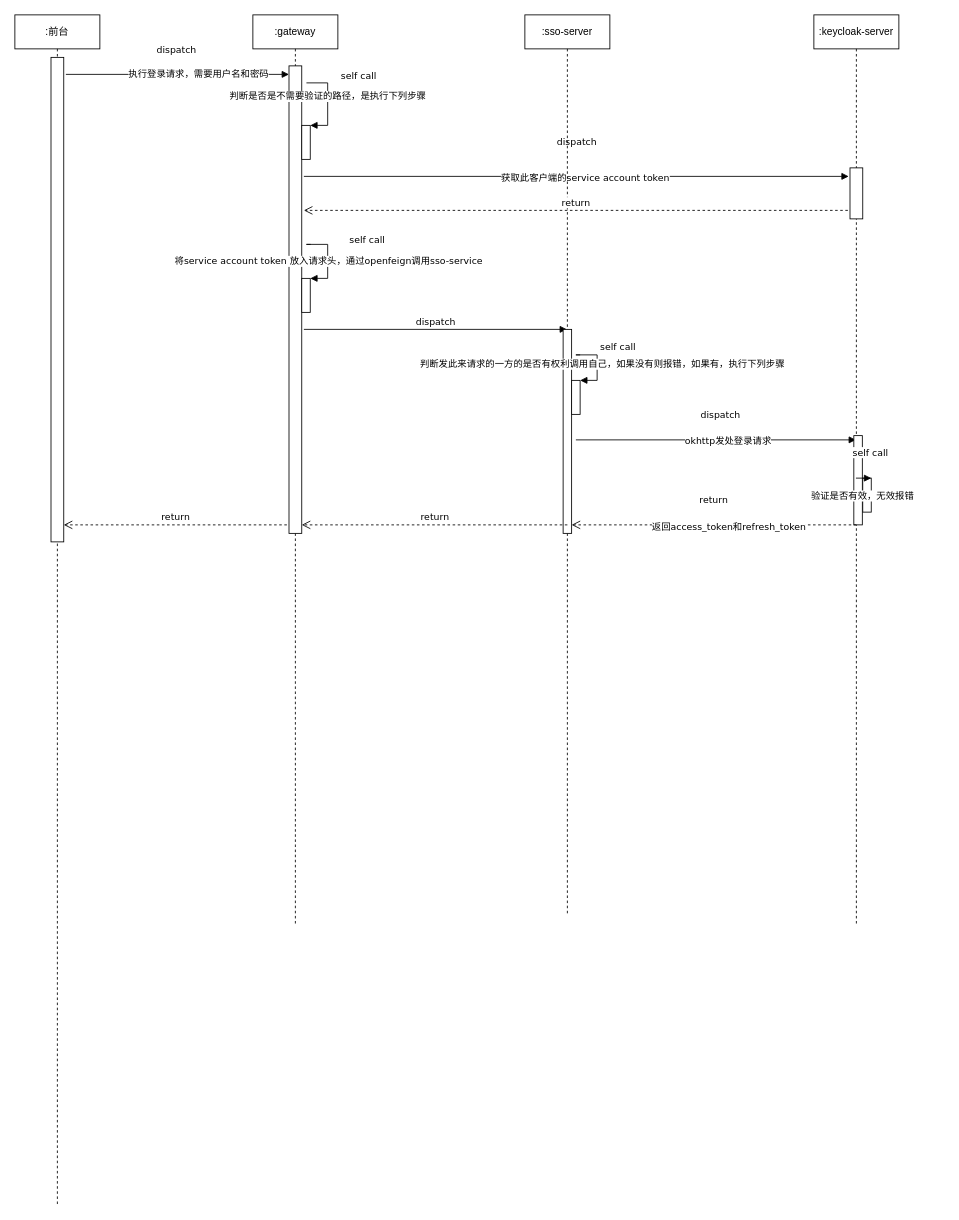
The draw.io diagram auth-micro/1. 登录和登出接口.drawio in wanlinMa-163/uml, before the edit. Source tidied: cells renumbered, new cells numbered last; positions are measured from the earlier drawing's top-left corner, leaving out a move shared by most shapes. Both pictures are drawn from the tidied source at 85%, with x=0, y=0 at pixel (14, 14).
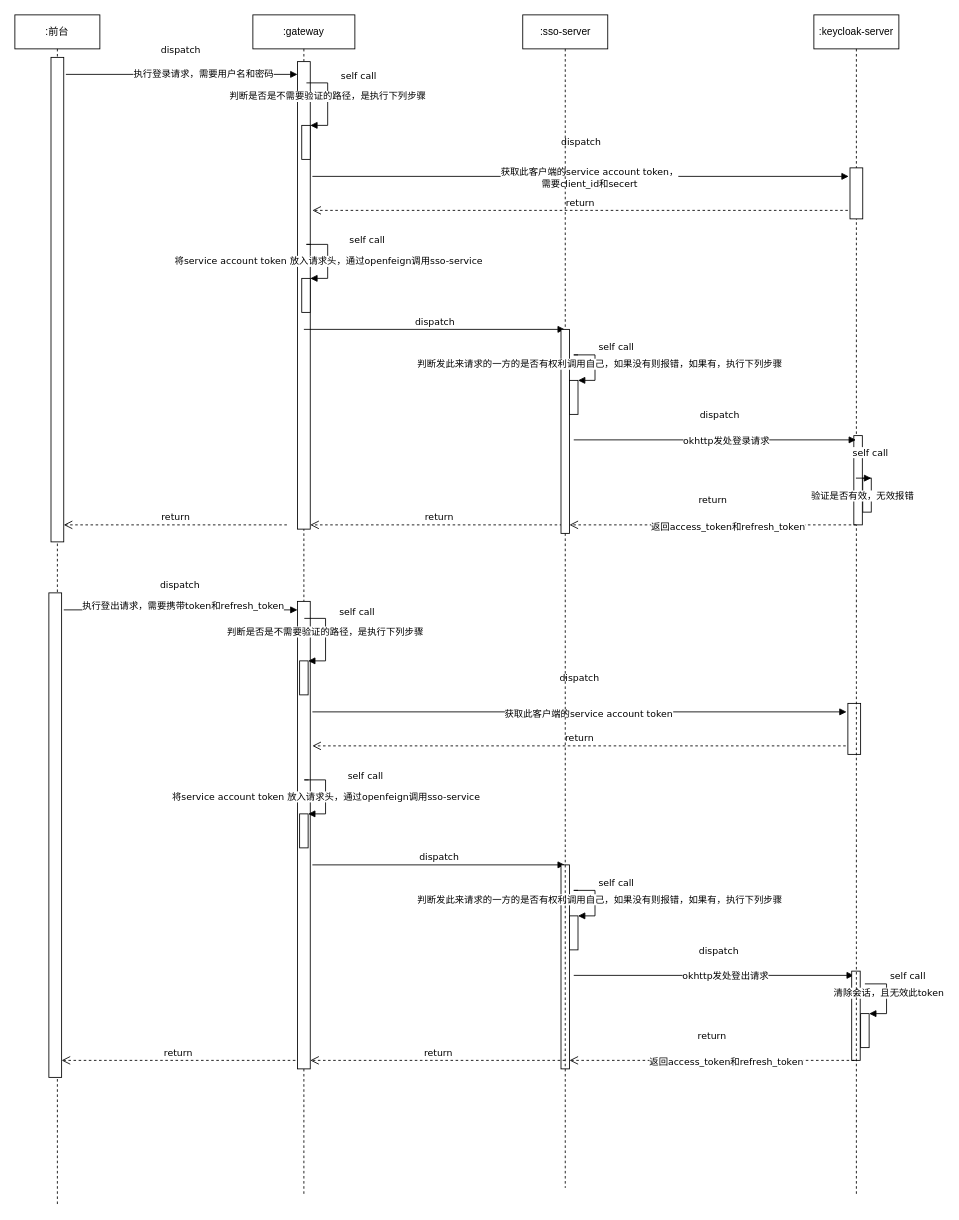
The same diagram, later.

Commit message (it also covers changes not shown here):
Update 1. 登录和登出接口.drawio

Change to the diagram source:
```diff
@@
     <mxCell id="6" value=":gateway" style="shape=umlLifeline;perimeter=lifelinePerimeter;whiteSpace=wrap;html=1;" parent="1" vertex="1">
-      <mxGeometry x="280" width="100" height="1070" as="geometry" />
+      <mxGeometry x="280" width="120" height="1390" as="geometry" />
     </mxCell>
     <mxCell id="7" style="html=1;points=[];perimeter=orthogonalPerimeter;" parent="6" vertex="1">
-      <mxGeometry x="42.5" y="60" width="15" height="550" as="geometry" />
+      <mxGeometry x="52.5" y="55" width="15" height="550" as="geometry" />
     </mxCell>
@@
     <mxCell id="11" value="dispatch" style="html=1;verticalAlign=bottom;endArrow=block;fontFamily=Verdana;" parent="6" edge="1">
       <mxGeometry y="31" relative="1" as="geometry">
-        <mxPoint x="60" y="190" as="sourcePoint" />
+        <mxPoint x="70" y="190" as="sourcePoint" />
         <mxPoint x="701" y="190" as="targetPoint" />
       </mxGeometry>
     </mxCell>
-    <mxCell id="12" value="获取此客户端的service account token" style="edgeLabel;html=1;align=center;verticalAlign=middle;fontFamily=Verdana;" parent="11" vertex="1">
+    <mxCell id="12" value="获取此客户端的service account token，&lt;br&gt;需要client_id和secert" style="edgeLabel;html=1;align=center;verticalAlign=middle;fontFamily=Verdana;" parent="11" vertex="1">
       <mxGeometry x="0.03" y="-1" relative="1" as="geometry" />
     </mxCell>
@@
-    <mxCell id="17" value=":sso-server" style="shape=umlLifeline;perimeter=lifelinePerimeter;whiteSpace=wrap;html=1;outlineConnect=0;" parent="1" vertex="1">
-      <mxGeometry x="600" width="100" height="1060" as="geometry" />
-    </mxCell>
-    <mxCell id="18" style="html=1;points=[];perimeter=orthogonalPerimeter;fontFamily=Verdana;" parent="17" vertex="1">
-      <mxGeometry x="45" y="370" width="10" height="240" as="geometry" />
-    </mxCell>
-    <mxCell id="19" style="html=1;points=[];perimeter=orthogonalPerimeter;fontFamily=Verdana;" parent="17" vertex="1">
-      <mxGeometry x="55" y="430" width="10" height="40" as="geometry" />
-    </mxCell>
-    <mxCell id="20" value="self call" style="edgeStyle=orthogonalEdgeStyle;html=1;align=left;spacingLeft=2;endArrow=block;rounded=0;entryX=1;entryY=0;fontFamily=Verdana;" parent="17" edge="1" target="19">
-      <mxGeometry x="-0.23" y="-10" relative="1" as="geometry">
-        <mxPoint x="65" y="400" as="sourcePoint" />
-        <Array as="points">
-          <mxPoint x="60" y="400" />
-          <mxPoint x="85" y="400" />
-          <mxPoint x="85" y="430" />
-        </Array>
-        <mxPoint x="10" y="-10" as="offset" />
-      </mxGeometry>
-    </mxCell>
-    <mxCell id="21" value="判断发此来请求的一方的是否有权利调用自己，如果没有则报错，如果有，执行下列步骤" style="edgeLabel;html=1;align=center;verticalAlign=middle;fontFamily=Verdana;" parent="20" vertex="1">
-      <mxGeometry x="-0.19" relative="1" as="geometry">
-        <mxPoint x="5" y="8.8" as="offset" />
-      </mxGeometry>
-    </mxCell>
-    <mxCell id="22" value="dispatch" style="html=1;verticalAlign=bottom;endArrow=block;fontFamily=Verdana;" parent="17" edge="1" target="24">
-      <mxGeometry x="0.03" y="20" relative="1" as="geometry">
-        <mxPoint x="60" y="500" as="sourcePoint" />
-      </mxGeometry>
-    </mxCell>
-    <mxCell id="23" value="okhttp发处登录请求" style="edgeLabel;html=1;align=center;verticalAlign=middle;fontFamily=Verdana;" parent="22" vertex="1">
-      <mxGeometry x="0.08" relative="1" as="geometry" />
-    </mxCell>
+    <mxCell id="35" value="dispatch" style="html=1;verticalAlign=bottom;endArrow=block;fontFamily=Verdana;" parent="6" edge="1" target="38">
+      <mxGeometry x="-0.01" y="20" relative="1" as="geometry">
+        <mxPoint x="-222.5" y="700" as="sourcePoint" />
+      </mxGeometry>
+    </mxCell>
+    <mxCell id="36" value="执行登出请求，需要携带token和refresh_token" style="edgeLabel;html=1;align=center;verticalAlign=middle;fontFamily=Verdana;" parent="35" vertex="1">
+      <mxGeometry x="0.18" y="1" relative="1" as="geometry">
+        <mxPoint x="-22.5" y="-4" as="offset" />
+      </mxGeometry>
+    </mxCell>
+    <mxCell id="37" style="html=1;points=[];perimeter=orthogonalPerimeter;" parent="6" vertex="1">
+      <mxGeometry x="-240" y="680" width="15" height="570" as="geometry" />
+    </mxCell>
+    <mxCell id="38" style="html=1;points=[];perimeter=orthogonalPerimeter;" parent="6" vertex="1">
+      <mxGeometry x="52.5" y="690" width="15" height="550" as="geometry" />
+    </mxCell>
+    <mxCell id="39" style="html=1;points=[];perimeter=orthogonalPerimeter;fontFamily=Verdana;" parent="6" vertex="1">
+      <mxGeometry x="55" y="760" width="10" height="40" as="geometry" />
+    </mxCell>
+    <mxCell id="40" value="self call" style="edgeStyle=orthogonalEdgeStyle;html=1;align=left;spacingLeft=2;endArrow=block;rounded=0;entryX=1;entryY=0;fontFamily=Verdana;" parent="6" edge="1" target="39">
+      <mxGeometry x="-0.23" y="23" relative="1" as="geometry">
+        <mxPoint x="60.5" y="710" as="sourcePoint" />
+        <Array as="points">
+          <mxPoint x="85.5" y="710" />
+        </Array>
+        <mxPoint x="-11" y="-20" as="offset" />
+      </mxGeometry>
+    </mxCell>
+    <mxCell id="41" value="判断是否是不需要验证的路径，是执行下列步骤" style="edgeLabel;html=1;align=center;verticalAlign=middle;fontFamily=Verdana;" parent="40" vertex="1">
+      <mxGeometry x="-0.16" y="-1" relative="1" as="geometry" />
+    </mxCell>
+    <mxCell id="42" value="dispatch" style="html=1;verticalAlign=bottom;endArrow=block;fontFamily=Verdana;" parent="6" edge="1">
+      <mxGeometry y="31" relative="1" as="geometry">
+        <mxPoint x="70" y="820" as="sourcePoint" />
+        <mxPoint x="698.5" y="820" as="targetPoint" />
+      </mxGeometry>
+    </mxCell>
+    <mxCell id="43" value="获取此客户端的service account token" style="edgeLabel;html=1;align=center;verticalAlign=middle;fontFamily=Verdana;" parent="42" vertex="1">
+      <mxGeometry x="0.03" y="-1" relative="1" as="geometry" />
+    </mxCell>
+    <mxCell id="44" style="html=1;points=[];perimeter=orthogonalPerimeter;fontFamily=Verdana;" parent="6" vertex="1">
+      <mxGeometry x="55" y="940" width="10" height="40" as="geometry" />
+    </mxCell>
+    <mxCell id="45" value="self call" style="edgeStyle=orthogonalEdgeStyle;html=1;align=left;spacingLeft=2;endArrow=block;rounded=0;entryX=1;entryY=0;fontFamily=Verdana;" parent="6" edge="1" target="44">
+      <mxGeometry x="-0.23" y="24" relative="1" as="geometry">
+        <mxPoint x="65.5" y="900" as="sourcePoint" />
+        <Array as="points">
+          <mxPoint x="60.5" y="900" />
+          <mxPoint x="85.5" y="900" />
+          <mxPoint x="85.5" y="950" />
+        </Array>
+        <mxPoint x="-2" y="-10" as="offset" />
+      </mxGeometry>
+    </mxCell>
+    <mxCell id="46" value="将service account token 放入请求头，通过openfeign调用sso-service" style="edgeLabel;html=1;align=center;verticalAlign=middle;fontFamily=Verdana;" parent="45" vertex="1">
+      <mxGeometry x="-0.18" relative="1" as="geometry">
+        <mxPoint y="12.8" as="offset" />
+      </mxGeometry>
+    </mxCell>
+    <mxCell id="47" value="dispatch" style="html=1;verticalAlign=bottom;endArrow=block;fontFamily=Verdana;" parent="6" edge="1">
+      <mxGeometry relative="1" as="geometry">
+        <mxPoint x="70" y="1000" as="sourcePoint" />
+        <mxPoint x="367" y="1000" as="targetPoint" />
+      </mxGeometry>
+    </mxCell>
+    <mxCell id="48" style="html=1;points=[];perimeter=orthogonalPerimeter;fontFamily=Verdana;" parent="6" vertex="1">
+      <mxGeometry x="362.5" y="1000" width="10" height="240" as="geometry" />
+    </mxCell>
+    <mxCell id="49" style="html=1;points=[];perimeter=orthogonalPerimeter;fontFamily=Verdana;" parent="6" vertex="1">
+      <mxGeometry x="372.5" y="1060" width="10" height="40" as="geometry" />
+    </mxCell>
+    <mxCell id="50" value="self call" style="edgeStyle=orthogonalEdgeStyle;html=1;align=left;spacingLeft=2;endArrow=block;rounded=0;entryX=1;entryY=0;fontFamily=Verdana;" parent="6" edge="1" target="49">
+      <mxGeometry x="-0.23" y="-10" relative="1" as="geometry">
+        <mxPoint x="382.5" y="1030" as="sourcePoint" />
+        <Array as="points">
+          <mxPoint x="377.5" y="1030" />
+          <mxPoint x="402.5" y="1030" />
+          <mxPoint x="402.5" y="1060" />
+        </Array>
+        <mxPoint x="10" y="-10" as="offset" />
+      </mxGeometry>
+    </mxCell>
+    <mxCell id="51" value="判断发此来请求的一方的是否有权利调用自己，如果没有则报错，如果有，执行下列步骤" style="edgeLabel;html=1;align=center;verticalAlign=middle;fontFamily=Verdana;" parent="50" vertex="1">
+      <mxGeometry x="-0.19" relative="1" as="geometry">
+        <mxPoint x="5" y="8.8" as="offset" />
+      </mxGeometry>
+    </mxCell>
+    <mxCell id="52" value="dispatch" style="html=1;verticalAlign=bottom;endArrow=block;fontFamily=Verdana;" parent="6" edge="1">
+      <mxGeometry x="0.03" y="20" relative="1" as="geometry">
+        <mxPoint x="377.5" y="1130" as="sourcePoint" />
+        <mxPoint x="707" y="1130" as="targetPoint" />
+      </mxGeometry>
+    </mxCell>
+    <mxCell id="53" value="okhttp发处登出请求" style="edgeLabel;html=1;align=center;verticalAlign=middle;fontFamily=Verdana;" parent="52" vertex="1">
+      <mxGeometry x="0.08" relative="1" as="geometry" />
+    </mxCell>
+    <mxCell id="54" style="html=1;perimeter=orthogonalPerimeter;" parent="6" vertex="1">
+      <mxGeometry x="700" y="810" width="15" height="60" as="geometry" />
+    </mxCell>
+    <mxCell id="55" style="html=1;perimeter=orthogonalPerimeter;fontFamily=Verdana;" parent="6" vertex="1">
+      <mxGeometry x="704.5" y="1125" width="10" height="105" as="geometry" />
+    </mxCell>
+    <mxCell id="56" style="html=1;points=[];perimeter=orthogonalPerimeter;fontFamily=Verdana;" parent="6" vertex="1">
+      <mxGeometry x="715" y="1175" width="10" height="40" as="geometry" />
+    </mxCell>
+    <mxCell id="57" value="self call" style="edgeStyle=orthogonalEdgeStyle;html=1;align=left;spacingLeft=2;endArrow=block;rounded=0;entryX=1;entryY=0;fontFamily=Verdana;" parent="6" edge="1" target="56">
+      <mxGeometry x="-0.23" y="15" relative="1" as="geometry">
+        <mxPoint x="720" y="1140" as="sourcePoint" />
+        <Array as="points">
+          <mxPoint x="745.5" y="1140" />
+          <mxPoint x="745.5" y="1175" />
+        </Array>
+        <mxPoint x="-15" y="-15" as="offset" />
+      </mxGeometry>
+    </mxCell>
+    <mxCell id="58" value="清除会话，且无效此token" style="edgeLabel;html=1;align=center;verticalAlign=middle;fontFamily=Verdana;" parent="57" vertex="1">
+      <mxGeometry x="-0.22" y="2" relative="1" as="geometry">
+        <mxPoint y="3.5" as="offset" />
+      </mxGeometry>
+    </mxCell>
+    <mxCell id="59" value="return" style="html=1;verticalAlign=bottom;endArrow=open;dashed=1;endSize=8;fontFamily=Verdana;" parent="6" edge="1">
+      <mxGeometry relative="1" as="geometry">
+        <mxPoint x="697.5" y="860" as="sourcePoint" />
+        <mxPoint x="70" y="860" as="targetPoint" />
+      </mxGeometry>
+    </mxCell>
+    <mxCell id="60" value="return" style="html=1;verticalAlign=bottom;endArrow=open;dashed=1;endSize=8;fontFamily=Verdana;" parent="6" edge="1" target="48">
+      <mxGeometry y="-20" relative="1" as="geometry">
+        <mxPoint x="707.5" y="1230" as="sourcePoint" />
+      </mxGeometry>
+    </mxCell>
+    <mxCell id="61" value="返回access_token和refresh_token" style="edgeLabel;html=1;align=center;verticalAlign=middle;fontFamily=Verdana;" parent="60" vertex="1">
+      <mxGeometry x="-0.1" y="1" relative="1" as="geometry" />
+    </mxCell>
+    <mxCell id="62" value="return" style="html=1;verticalAlign=bottom;endArrow=open;dashed=1;endSize=8;fontFamily=Verdana;" parent="6" edge="1" target="38">
+      <mxGeometry relative="1" as="geometry">
+        <mxPoint x="367.5" y="1230" as="sourcePoint" />
+      </mxGeometry>
+    </mxCell>
+    <mxCell id="63" value="return" style="html=1;verticalAlign=bottom;endArrow=open;dashed=1;endSize=8;fontFamily=Verdana;" parent="6" edge="1" target="37">
+      <mxGeometry relative="1" as="geometry">
+        <mxPoint x="50" y="1230" as="sourcePoint" />
+      </mxGeometry>
+    </mxCell>
     <mxCell id="24" value=":keycloak-server" style="shape=umlLifeline;perimeter=lifelinePerimeter;whiteSpace=wrap;html=1;outlineConnect=0;" parent="1" vertex="1">
-      <mxGeometry x="940" width="100" height="1070" as="geometry" />
+      <mxGeometry x="940" width="100" height="1390" as="geometry" />
     </mxCell>
@@
     <mxCell id="30" value="return" style="html=1;verticalAlign=bottom;endArrow=open;dashed=1;endSize=8;fontFamily=Verdana;" parent="1" edge="1">
       <mxGeometry relative="1" as="geometry">
         <mxPoint x="980" y="230" as="sourcePoint" />
-        <mxPoint x="340" y="230" as="targetPoint" />
+        <mxPoint x="350" y="230" as="targetPoint" />
       </mxGeometry>
     </mxCell>
@@
+    <mxCell id="17" value=":sso-server" style="shape=umlLifeline;perimeter=lifelinePerimeter;whiteSpace=wrap;html=1;outlineConnect=0;" parent="1" vertex="1">
+      <mxGeometry x="597.5" width="100" height="1380" as="geometry" />
+    </mxCell>
+    <mxCell id="18" style="html=1;points=[];perimeter=orthogonalPerimeter;fontFamily=Verdana;" parent="17" vertex="1">
+      <mxGeometry x="45" y="370" width="10" height="240" as="geometry" />
+    </mxCell>
+    <mxCell id="19" style="html=1;points=[];perimeter=orthogonalPerimeter;fontFamily=Verdana;" parent="17" vertex="1">
+      <mxGeometry x="55" y="430" width="10" height="40" as="geometry" />
+    </mxCell>
+    <mxCell id="20" value="self call" style="edgeStyle=orthogonalEdgeStyle;html=1;align=left;spacingLeft=2;endArrow=block;rounded=0;entryX=1;entryY=0;fontFamily=Verdana;" parent="17" edge="1" target="19">
+      <mxGeometry x="-0.23" y="-10" relative="1" as="geometry">
+        <mxPoint x="65" y="400" as="sourcePoint" />
+        <Array as="points">
+          <mxPoint x="60" y="400" />
+          <mxPoint x="85" y="400" />
+          <mxPoint x="85" y="430" />
+        </Array>
+        <mxPoint x="10" y="-10" as="offset" />
+      </mxGeometry>
+    </mxCell>
+    <mxCell id="21" value="判断发此来请求的一方的是否有权利调用自己，如果没有则报错，如果有，执行下列步骤" style="edgeLabel;html=1;align=center;verticalAlign=middle;fontFamily=Verdana;" parent="20" vertex="1">
+      <mxGeometry x="-0.19" relative="1" as="geometry">
+        <mxPoint x="5" y="8.8" as="offset" />
+      </mxGeometry>
+    </mxCell>
+    <mxCell id="22" value="dispatch" style="html=1;verticalAlign=bottom;endArrow=block;fontFamily=Verdana;" parent="17" edge="1" target="24">
+      <mxGeometry x="0.03" y="20" relative="1" as="geometry">
+        <mxPoint x="60" y="500" as="sourcePoint" />
+      </mxGeometry>
+    </mxCell>
+    <mxCell id="23" value="okhttp发处登录请求" style="edgeLabel;html=1;align=center;verticalAlign=middle;fontFamily=Verdana;" parent="22" vertex="1">
+      <mxGeometry x="0.08" relative="1" as="geometry" />
+    </mxCell>
```
